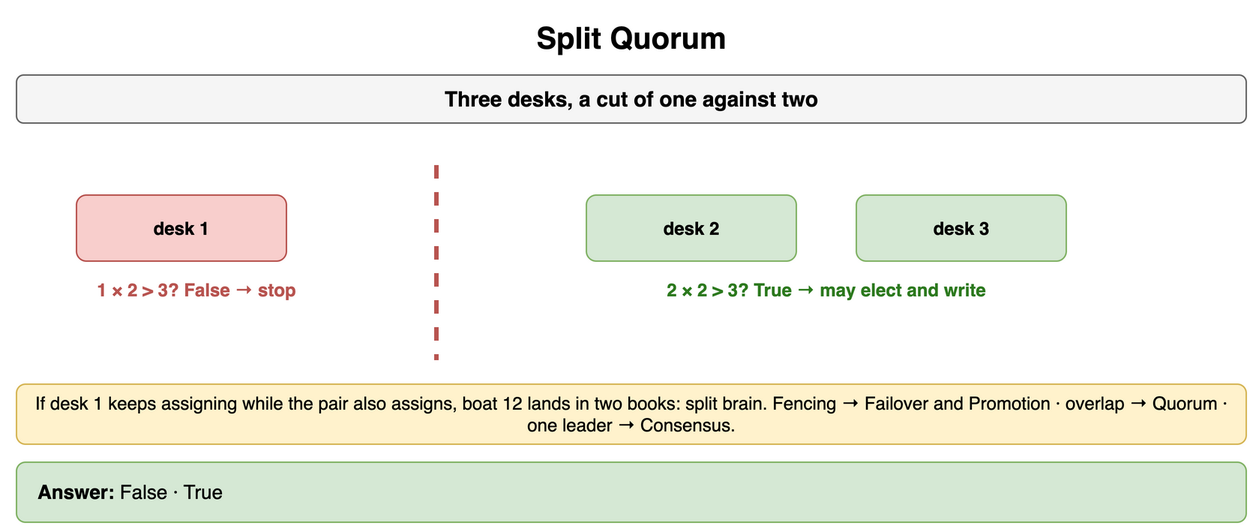
The draw.io diagram content/09_System_Design_Interview/15_Distributed_System_Failure_Modes/diagrams/failure-modes-drills-7-split-quorum.png in amendez13/swe-study-guide, before a commit. Source tidied: cells renumbered, new cells last; positions are measured from the earlier drawing's top-left corner, leaving out a move shared by most shapes. The source it was exported from:
```xml
<mxGraphModel>
  <root>
    <mxCell id="0" />
    <mxCell id="1" parent="0" />
    <mxCell id="2" value="Split Quorum" style="text;html=1;align=center;verticalAlign=middle;whiteSpace=wrap;fontSize=20;fontStyle=1;" parent="1" vertex="1">
      <mxGeometry width="820" height="30" as="geometry" />
    </mxCell>
    <mxCell id="3" value="Three desks, a cut of one against two" style="rounded=1;whiteSpace=wrap;html=1;fillColor=#f5f5f5;strokeColor=#666666;fontStyle=1;fontSize=14;" parent="1" vertex="1">
      <mxGeometry y="40" width="820" height="32" as="geometry" />
    </mxCell>
    <mxCell id="4" value="desk 1" style="rounded=1;whiteSpace=wrap;html=1;fillColor=#f8cecc;strokeColor=#b85450;fontSize=12;align=center;fontStyle=1;" parent="1" vertex="1">
      <mxGeometry x="40" y="120" width="140" height="44" as="geometry" />
    </mxCell>
    <mxCell id="5" value="1 × 2 &gt; 3? False → stop" style="text;html=1;whiteSpace=wrap;fontSize=11;align=center;verticalAlign=middle;fontSize=12;fontColor=#b85450;fontStyle=1;" parent="1" vertex="1">
      <mxGeometry y="174" width="240" height="18" as="geometry" />
    </mxCell>
    <mxCell id="6" style="endArrow=none;html=1;strokeColor=#b85450;strokeWidth=3;dashed=1;" parent="1" edge="1">
      <mxGeometry relative="1" as="geometry">
        <mxPoint x="280" y="100" as="sourcePoint" />
        <mxPoint x="280" y="230" as="targetPoint" />
      </mxGeometry>
    </mxCell>
    <mxCell id="7" value="desk 2" style="rounded=1;whiteSpace=wrap;html=1;fillColor=#d5e8d4;strokeColor=#82b366;fontSize=12;align=center;fontStyle=1;" parent="1" vertex="1">
      <mxGeometry x="380" y="120" width="140" height="44" as="geometry" />
    </mxCell>
    <mxCell id="8" value="desk 3" style="rounded=1;whiteSpace=wrap;html=1;fillColor=#d5e8d4;strokeColor=#82b366;fontSize=12;align=center;fontStyle=1;" parent="1" vertex="1">
      <mxGeometry x="560" y="120" width="140" height="44" as="geometry" />
    </mxCell>
    <mxCell id="9" value="2 × 2 &gt; 3? True → may elect and write" style="text;html=1;whiteSpace=wrap;fontSize=11;align=center;verticalAlign=middle;fontSize=12;fontColor=#2d7a1f;fontStyle=1;" parent="1" vertex="1">
      <mxGeometry x="380" y="174" width="320" height="18" as="geometry" />
    </mxCell>
    <mxCell id="10" value="If desk 1 keeps assigning while the pair also assigns, boat 12 lands in two books: split brain. Fencing → Failover and Promotion · overlap → Quorum · one leader → Consensus." style="rounded=1;whiteSpace=wrap;html=1;fillColor=#fff2cc;strokeColor=#d6b656;fontSize=12;align=center;" parent="1" vertex="1">
      <mxGeometry y="246" width="820" height="40" as="geometry" />
    </mxCell>
    <mxCell id="11" value="&lt;b&gt;Answer:&lt;/b&gt; False · True" style="rounded=1;whiteSpace=wrap;html=1;fillColor=#d5e8d4;strokeColor=#82b366;fontSize=13;align=left;spacingLeft=12;" parent="1" vertex="1">
      <mxGeometry y="298" width="820" height="40" as="geometry" />
    </mxCell>
  </root>
</mxGraphModel>
```
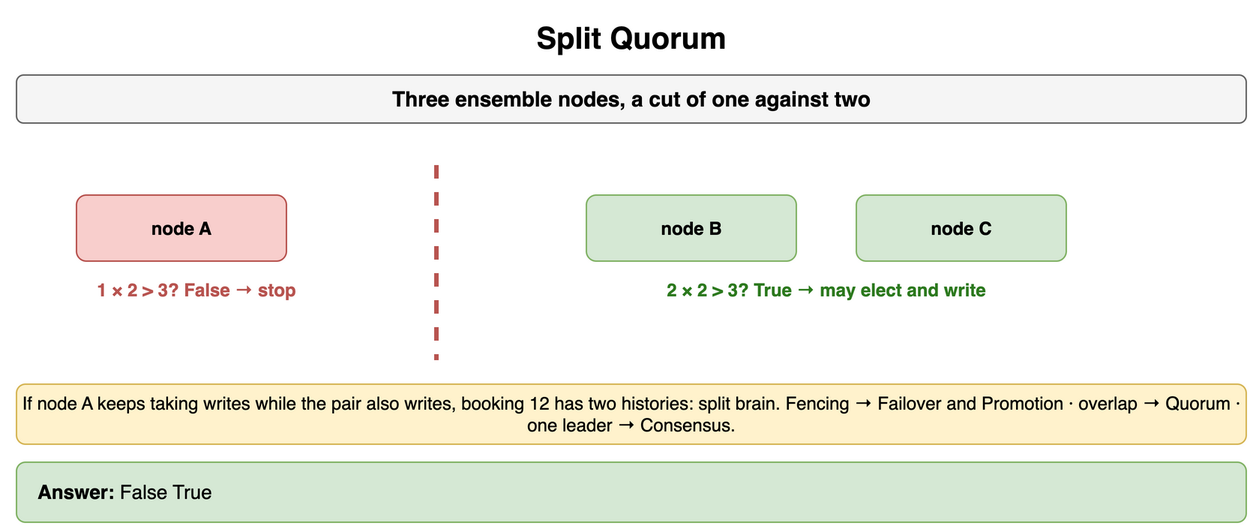
Above is the later version.

What changed in the source:
```diff
@@ -5,10 +5,10 @@
     <mxCell id="2" value="Split Quorum" style="text;html=1;align=center;verticalAlign=middle;whiteSpace=wrap;fontSize=20;fontStyle=1;" parent="1" vertex="1">
       <mxGeometry width="820" height="30" as="geometry" />
     </mxCell>
-    <mxCell id="3" value="Three desks, a cut of one against two" style="rounded=1;whiteSpace=wrap;html=1;fillColor=#f5f5f5;strokeColor=#666666;fontStyle=1;fontSize=14;" parent="1" vertex="1">
+    <mxCell id="3" value="Three ensemble nodes, a cut of one against two" style="rounded=1;whiteSpace=wrap;html=1;fillColor=#f5f5f5;strokeColor=#666666;fontStyle=1;fontSize=14;" parent="1" vertex="1">
       <mxGeometry y="40" width="820" height="32" as="geometry" />
     </mxCell>
-    <mxCell id="4" value="desk 1" style="rounded=1;whiteSpace=wrap;html=1;fillColor=#f8cecc;strokeColor=#b85450;fontSize=12;align=center;fontStyle=1;" parent="1" vertex="1">
+    <mxCell id="4" value="node A" style="rounded=1;whiteSpace=wrap;html=1;fillColor=#f8cecc;strokeColor=#b85450;fontSize=12;align=center;fontStyle=1;" parent="1" vertex="1">
       <mxGeometry x="40" y="120" width="140" height="44" as="geometry" />
     </mxCell>
     <mxCell id="5" value="1 × 2 &gt; 3? False → stop" style="text;html=1;whiteSpace=wrap;fontSize=11;align=center;verticalAlign=middle;fontSize=12;fontColor=#b85450;fontStyle=1;" parent="1" vertex="1">
@@ -20,19 +20,19 @@
         <mxPoint x="280" y="230" as="targetPoint" />
       </mxGeometry>
     </mxCell>
-    <mxCell id="7" value="desk 2" style="rounded=1;whiteSpace=wrap;html=1;fillColor=#d5e8d4;strokeColor=#82b366;fontSize=12;align=center;fontStyle=1;" parent="1" vertex="1">
+    <mxCell id="7" value="node B" style="rounded=1;whiteSpace=wrap;html=1;fillColor=#d5e8d4;strokeColor=#82b366;fontSize=12;align=center;fontStyle=1;" parent="1" vertex="1">
       <mxGeometry x="380" y="120" width="140" height="44" as="geometry" />
     </mxCell>
-    <mxCell id="8" value="desk 3" style="rounded=1;whiteSpace=wrap;html=1;fillColor=#d5e8d4;strokeColor=#82b366;fontSize=12;align=center;fontStyle=1;" parent="1" vertex="1">
+    <mxCell id="8" value="node C" style="rounded=1;whiteSpace=wrap;html=1;fillColor=#d5e8d4;strokeColor=#82b366;fontSize=12;align=center;fontStyle=1;" parent="1" vertex="1">
       <mxGeometry x="560" y="120" width="140" height="44" as="geometry" />
     </mxCell>
     <mxCell id="9" value="2 × 2 &gt; 3? True → may elect and write" style="text;html=1;whiteSpace=wrap;fontSize=11;align=center;verticalAlign=middle;fontSize=12;fontColor=#2d7a1f;fontStyle=1;" parent="1" vertex="1">
       <mxGeometry x="380" y="174" width="320" height="18" as="geometry" />
     </mxCell>
-    <mxCell id="10" value="If desk 1 keeps assigning while the pair also assigns, boat 12 lands in two books: split brain. Fencing → Failover and Promotion · overlap → Quorum · one leader → Consensus." style="rounded=1;whiteSpace=wrap;html=1;fillColor=#fff2cc;strokeColor=#d6b656;fontSize=12;align=center;" parent="1" vertex="1">
+    <mxCell id="10" value="If node A keeps taking writes while the pair also writes, booking 12 has two histories: split brain. Fencing → Failover and Promotion · overlap → Quorum · one leader → Consensus." style="rounded=1;whiteSpace=wrap;html=1;fillColor=#fff2cc;strokeColor=#d6b656;fontSize=12;align=center;" parent="1" vertex="1">
       <mxGeometry y="246" width="820" height="40" as="geometry" />
     </mxCell>
-    <mxCell id="11" value="&lt;b&gt;Answer:&lt;/b&gt; False · True" style="rounded=1;whiteSpace=wrap;html=1;fillColor=#d5e8d4;strokeColor=#82b366;fontSize=13;align=left;spacingLeft=12;" parent="1" vertex="1">
+    <mxCell id="11" value="&lt;b&gt;Answer:&lt;/b&gt; False True" style="rounded=1;whiteSpace=wrap;html=1;fillColor=#d5e8d4;strokeColor=#82b366;fontSize=13;align=left;spacingLeft=12;" parent="1" vertex="1">
       <mxGeometry y="298" width="820" height="40" as="geometry" />
     </mxCell>
   </root>
```
